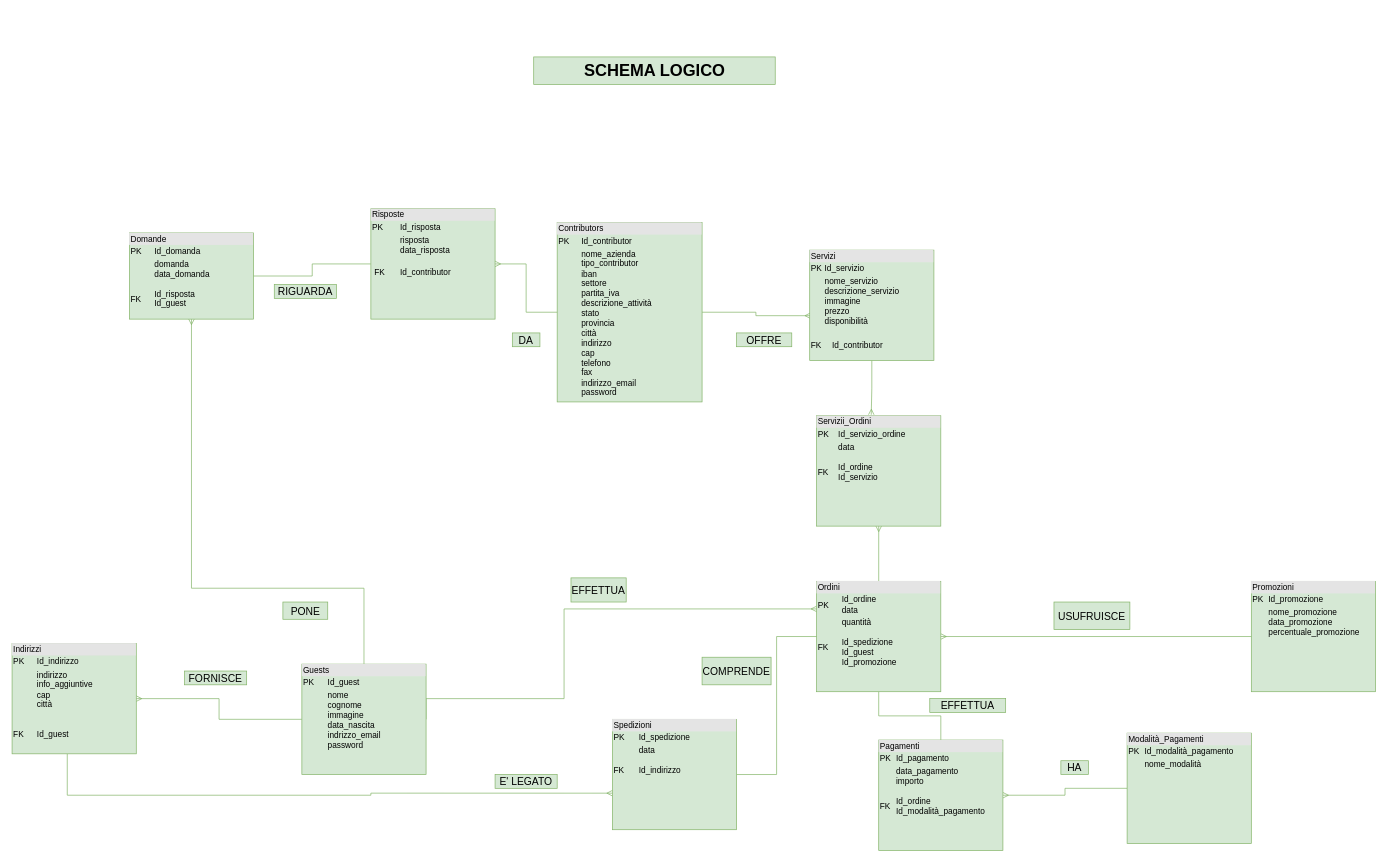
This is schema logico new.drawio from giadaventurini-pixel/giadaventurini-5binf, a draw.io file, before an edit. Source tidied: cells renumbered, new cells numbered last; positions are measured from the earlier drawing's top-left corner, leaving out a move shared by most shapes. Both pictures are drawn from the tidied source at 69%, with x=0, y=0 at pixel (12, 57).
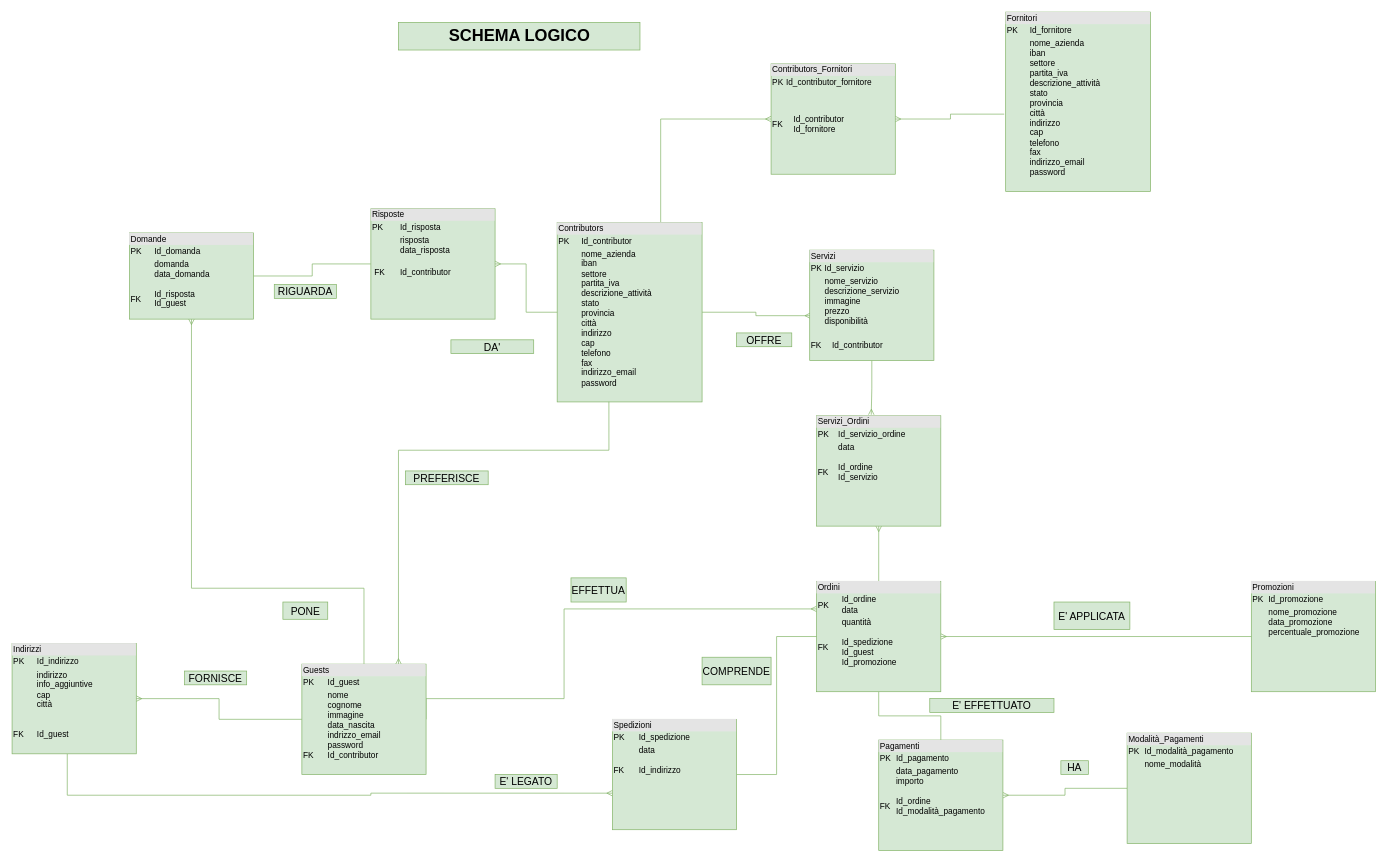
The same diagram, later.

Change to the diagram source:
```diff
@@
+    <mxCell id="39" style="edgeStyle=orthogonalEdgeStyle;rounded=0;jettySize=auto;html=1;entryX=0;entryY=0.5;entryDx=0;entryDy=0;startArrow=none;startFill=0;endArrow=ERmany;endFill=0;fillColor=#d5e8d4;strokeColor=#82b366;" parent="1" edge="1" source="3" target="44">
+      <mxGeometry relative="1" as="geometry">
+        <Array as="points">
+          <mxPoint x="940" y="90" />
+        </Array>
+      </mxGeometry>
+    </mxCell>
-    <mxCell id="3" value="&lt;div style=&quot;box-sizing: border-box ; width: 100% ; background: #e4e4e4 ; padding: 2px&quot;&gt;Contributors&lt;/div&gt;&lt;table style=&quot;width: 100% ; font-size: 1em&quot; cellpadding=&quot;2&quot; cellspacing=&quot;0&quot;&gt;&lt;tbody&gt;&lt;tr&gt;&lt;td&gt;PK&lt;/td&gt;&lt;td&gt;Id_contributor&lt;br&gt;&lt;/td&gt;&lt;/tr&gt;&lt;tr&gt;&lt;td&gt;&lt;br&gt;&lt;br&gt;&lt;br&gt;&lt;br&gt;&lt;br&gt;&lt;br&gt;&lt;br&gt;&lt;br&gt;&lt;br&gt;&lt;br&gt;&lt;br&gt;&lt;/td&gt;&lt;td&gt;nome_azienda&lt;br&gt;tipo_contributor&lt;br&gt;iban&lt;br&gt;settore&lt;br&gt;partita_iva&lt;br&gt;descrizione_attività&lt;br&gt;stato&lt;br&gt;provincia&lt;br&gt;città&lt;br&gt;indirizzo&lt;br&gt;cap&lt;br&gt;telefono&lt;br&gt;fax&lt;br&gt;indirizzo_email&lt;br&gt;password&lt;br&gt;&lt;br&gt;&lt;br&gt;&lt;br&gt;&lt;br&gt;&lt;/td&gt;&lt;/tr&gt;&lt;tr&gt;&lt;td&gt;&amp;nbsp;&lt;/td&gt;&lt;td&gt;&lt;br&gt;&lt;/td&gt;&lt;/tr&gt;&lt;/tbody&gt;&lt;/table&gt;" style="verticalAlign=top;align=left;overflow=fill;html=1;fillColor=#d5e8d4;strokeColor=#82b366;" parent="1" vertex="1">
+    <mxCell id="3" value="&lt;div style=&quot;box-sizing: border-box ; width: 100% ; background: #e4e4e4 ; padding: 2px&quot;&gt;Contributors&lt;/div&gt;&lt;table style=&quot;width: 100% ; font-size: 1em&quot; cellpadding=&quot;2&quot; cellspacing=&quot;0&quot;&gt;&lt;tbody&gt;&lt;tr&gt;&lt;td&gt;PK&lt;/td&gt;&lt;td&gt;Id_contributor&lt;br&gt;&lt;/td&gt;&lt;/tr&gt;&lt;tr&gt;&lt;td&gt;&lt;br&gt;&lt;br&gt;&lt;br&gt;&lt;br&gt;&lt;br&gt;&lt;br&gt;&lt;br&gt;&lt;br&gt;&lt;br&gt;&lt;br&gt;&lt;br&gt;&lt;/td&gt;&lt;td&gt;nome_azienda&lt;br&gt;iban&lt;br&gt;settore&lt;br&gt;partita_iva&lt;br&gt;descrizione_attività&lt;br&gt;stato&lt;br&gt;provincia&lt;br&gt;città&lt;br&gt;indirizzo&lt;br&gt;cap&lt;br&gt;telefono&lt;br&gt;fax&lt;br&gt;indirizzo_email&lt;br&gt;password&lt;br&gt;&lt;br&gt;&lt;br&gt;&lt;br&gt;&lt;br&gt;&lt;/td&gt;&lt;/tr&gt;&lt;tr&gt;&lt;td&gt;&amp;nbsp;&lt;/td&gt;&lt;td&gt;&lt;br&gt;&lt;/td&gt;&lt;/tr&gt;&lt;/tbody&gt;&lt;/table&gt;" style="verticalAlign=top;align=left;overflow=fill;html=1;fillColor=#d5e8d4;strokeColor=#82b366;" parent="1" vertex="1">
       <mxGeometry x="790" y="240" width="210" height="260" as="geometry" />
     </mxCell>
@@
+    <mxCell id="40" style="edgeStyle=orthogonalEdgeStyle;rounded=0;jettySize=auto;html=1;entryX=0.357;entryY=0.999;entryDx=0;entryDy=0;entryPerimeter=0;startArrow=ERmany;startFill=0;endArrow=none;endFill=0;fillColor=#d5e8d4;strokeColor=#82b366;" parent="1" edge="1" source="7" target="3">
+      <mxGeometry relative="1" as="geometry">
+        <Array as="points">
+          <mxPoint x="560" y="570" />
+          <mxPoint x="865" y="570" />
+        </Array>
+      </mxGeometry>
+    </mxCell>
-    <mxCell id="7" value="&lt;div style=&quot;box-sizing: border-box ; width: 100% ; background: #e4e4e4 ; padding: 2px&quot;&gt;Guests&lt;/div&gt;&lt;table style=&quot;width: 100% ; font-size: 1em&quot; cellpadding=&quot;2&quot; cellspacing=&quot;0&quot;&gt;&lt;tbody&gt;&lt;tr&gt;&lt;td&gt;PK&lt;/td&gt;&lt;td&gt;Id_guest&lt;br&gt;&lt;/td&gt;&lt;/tr&gt;&lt;tr&gt;&lt;td&gt;&lt;br&gt;&lt;br&gt;&lt;br&gt;&lt;br&gt;&lt;/td&gt;&lt;td&gt;nome&lt;br&gt;cognome&lt;br&gt;immagine&lt;br&gt;data_nascita&lt;br&gt;indrizzo_email&lt;br&gt;password&lt;br&gt;&lt;br&gt;&lt;br&gt;&lt;br&gt;&lt;br&gt;&lt;/td&gt;&lt;/tr&gt;&lt;tr&gt;&lt;td&gt;&amp;nbsp;&lt;/td&gt;&lt;td&gt;&lt;br&gt;&lt;/td&gt;&lt;/tr&gt;&lt;/tbody&gt;&lt;/table&gt;" style="verticalAlign=top;align=left;overflow=fill;html=1;fillColor=#d5e8d4;strokeColor=#82b366;" parent="1" vertex="1">
+    <mxCell id="7" value="&lt;div style=&quot;box-sizing: border-box ; width: 100% ; background: #e4e4e4 ; padding: 2px&quot;&gt;Guests&lt;/div&gt;&lt;table style=&quot;width: 100% ; font-size: 1em&quot; cellpadding=&quot;2&quot; cellspacing=&quot;0&quot;&gt;&lt;tbody&gt;&lt;tr&gt;&lt;td&gt;PK&lt;/td&gt;&lt;td&gt;Id_guest&lt;br&gt;&lt;/td&gt;&lt;/tr&gt;&lt;tr&gt;&lt;td&gt;&lt;br&gt;&lt;br&gt;&lt;br&gt;FK&lt;/td&gt;&lt;td&gt;nome&lt;br&gt;cognome&lt;br&gt;immagine&lt;br&gt;data_nascita&lt;br&gt;indrizzo_email&lt;br&gt;password&lt;br&gt;Id_contributor&lt;br&gt;&lt;br&gt;&lt;br&gt;&lt;br&gt;&lt;/td&gt;&lt;/tr&gt;&lt;tr&gt;&lt;td&gt;&amp;nbsp;&lt;/td&gt;&lt;td&gt;&lt;br&gt;&lt;/td&gt;&lt;/tr&gt;&lt;/tbody&gt;&lt;/table&gt;" style="verticalAlign=top;align=left;overflow=fill;html=1;fillColor=#d5e8d4;strokeColor=#82b366;" parent="1" vertex="1">
       <mxGeometry x="420" y="880" width="180" height="160" as="geometry" />
     </mxCell>
@@
     <mxCell id="26" value="SCHEMA LOGICO" style="text;html=1;fontSize=24;fontStyle=1;verticalAlign=middle;align=center;rounded=0;sketch=0;fillColor=#d5e8d4;strokeColor=#82b366;" parent="1" vertex="1">
-      <mxGeometry x="756" width="350" height="40" as="geometry" />
+      <mxGeometry x="560" y="-50" width="350" height="40" as="geometry" />
     </mxCell>
-    <mxCell id="27" value="&lt;div style=&quot;box-sizing: border-box ; width: 100% ; background: #e4e4e4 ; padding: 2px&quot;&gt;Servizii_Ordini&lt;/div&gt;&lt;table style=&quot;width: 100% ; font-size: 1em&quot; cellpadding=&quot;2&quot; cellspacing=&quot;0&quot;&gt;&lt;tbody&gt;&lt;tr&gt;&lt;td&gt;PK&lt;/td&gt;&lt;td&gt;Id_servizio_ordine&lt;br&gt;&lt;/td&gt;&lt;/tr&gt;&lt;tr&gt;&lt;td&gt;&lt;br&gt;FK&lt;/td&gt;&lt;td&gt;data&lt;br&gt;&lt;br&gt;Id_ordine&lt;br&gt;Id_servizio&lt;br&gt;&lt;br&gt;&lt;/td&gt;&lt;/tr&gt;&lt;tr&gt;&lt;td&gt;&amp;nbsp;&lt;/td&gt;&lt;td&gt;&lt;br&gt;&lt;/td&gt;&lt;/tr&gt;&lt;/tbody&gt;&lt;/table&gt;" style="verticalAlign=top;align=left;overflow=fill;html=1;fillColor=#d5e8d4;strokeColor=#82b366;" parent="1" vertex="1">
+    <mxCell id="27" value="&lt;div style=&quot;box-sizing: border-box ; width: 100% ; background: #e4e4e4 ; padding: 2px&quot;&gt;Servizi_Ordini&lt;/div&gt;&lt;table style=&quot;width: 100% ; font-size: 1em&quot; cellpadding=&quot;2&quot; cellspacing=&quot;0&quot;&gt;&lt;tbody&gt;&lt;tr&gt;&lt;td&gt;PK&lt;/td&gt;&lt;td&gt;Id_servizio_ordine&lt;br&gt;&lt;/td&gt;&lt;/tr&gt;&lt;tr&gt;&lt;td&gt;&lt;br&gt;FK&lt;/td&gt;&lt;td&gt;data&lt;br&gt;&lt;br&gt;Id_ordine&lt;br&gt;Id_servizio&lt;br&gt;&lt;br&gt;&lt;/td&gt;&lt;/tr&gt;&lt;tr&gt;&lt;td&gt;&amp;nbsp;&lt;/td&gt;&lt;td&gt;&lt;br&gt;&lt;/td&gt;&lt;/tr&gt;&lt;/tbody&gt;&lt;/table&gt;" style="verticalAlign=top;align=left;overflow=fill;html=1;fillColor=#d5e8d4;strokeColor=#82b366;" parent="1" vertex="1">
       <mxGeometry x="1166" y="520" width="180" height="160" as="geometry" />
     </mxCell>
@@
-    <mxCell id="33" value="&lt;span style=&quot;font-size: 15px&quot;&gt;DA&lt;/span&gt;" style="text;html=1;align=center;verticalAlign=middle;whiteSpace=wrap;rounded=0;fillColor=#d5e8d4;strokeColor=#82b366;" parent="1" vertex="1">
-      <mxGeometry x="725" y="400" width="40" height="20" as="geometry" />
-    </mxCell>
@@
-    <mxCell id="36" value="&lt;span style=&quot;font-size: 15px&quot;&gt;EFFETTUA&lt;/span&gt;" style="text;html=1;align=center;verticalAlign=middle;whiteSpace=wrap;rounded=0;fillColor=#d5e8d4;strokeColor=#82b366;" parent="1" vertex="1">
-      <mxGeometry x="1330" y="930" width="110" height="20" as="geometry" />
+    <mxCell id="36" value="&lt;span style=&quot;font-size: 15px&quot;&gt;E' EFFETTUATO&lt;/span&gt;" style="text;html=1;align=center;verticalAlign=middle;whiteSpace=wrap;rounded=0;fillColor=#d5e8d4;strokeColor=#82b366;" parent="1" vertex="1">
+      <mxGeometry x="1330" y="930" width="180" height="20" as="geometry" />
     </mxCell>
-    <mxCell id="37" value="&lt;span style=&quot;font-size: 15px&quot;&gt;USUFRUISCE&lt;br&gt;&lt;/span&gt;" style="text;html=1;align=center;verticalAlign=middle;whiteSpace=wrap;rounded=0;fillColor=#d5e8d4;strokeColor=#82b366;" parent="1" vertex="1">
+    <mxCell id="37" value="&lt;span style=&quot;font-size: 15px&quot;&gt;E' APPLICATA&lt;br&gt;&lt;/span&gt;" style="text;html=1;align=center;verticalAlign=middle;whiteSpace=wrap;rounded=0;fillColor=#d5e8d4;strokeColor=#82b366;" parent="1" vertex="1">
       <mxGeometry x="1510" y="790" width="110" height="40" as="geometry" />
     </mxCell>
@@
+    <mxCell id="41" value="&lt;span style=&quot;font-size: 15px&quot;&gt;DA'&lt;/span&gt;" style="text;html=1;align=center;verticalAlign=middle;whiteSpace=wrap;rounded=0;fillColor=#d5e8d4;strokeColor=#82b366;" parent="1" vertex="1">
+      <mxGeometry x="636" y="410" width="120" height="20" as="geometry" />
+    </mxCell>
+    <mxCell id="42" value="&lt;div style=&quot;box-sizing: border-box ; width: 100% ; background: #e4e4e4 ; padding: 2px&quot;&gt;Fornitori&lt;/div&gt;&lt;table style=&quot;width: 100% ; font-size: 1em&quot; cellpadding=&quot;2&quot; cellspacing=&quot;0&quot;&gt;&lt;tbody&gt;&lt;tr&gt;&lt;td&gt;PK&lt;/td&gt;&lt;td&gt;Id_fornitore&lt;br&gt;&lt;/td&gt;&lt;/tr&gt;&lt;tr&gt;&lt;td&gt;&lt;br&gt;&lt;br&gt;&lt;br&gt;&lt;br&gt;&lt;br&gt;&lt;br&gt;&lt;br&gt;&lt;br&gt;&lt;br&gt;&lt;br&gt;&lt;br&gt;&lt;/td&gt;&lt;td&gt;nome_azienda&lt;br&gt;iban&lt;br&gt;settore&lt;br&gt;partita_iva&lt;br&gt;descrizione_attività&lt;br&gt;stato&lt;br&gt;provincia&lt;br&gt;città&lt;br&gt;indirizzo&lt;br&gt;cap&lt;br&gt;telefono&lt;br&gt;fax&lt;br&gt;indirizzo_email&lt;br&gt;password&lt;br&gt;&lt;br&gt;&lt;br&gt;&lt;br&gt;&lt;br&gt;&lt;/td&gt;&lt;/tr&gt;&lt;tr&gt;&lt;td&gt;&amp;nbsp;&lt;/td&gt;&lt;td&gt;&lt;br&gt;&lt;/td&gt;&lt;/tr&gt;&lt;/tbody&gt;&lt;/table&gt;" style="verticalAlign=top;align=left;overflow=fill;html=1;fillColor=#d5e8d4;strokeColor=#82b366;" parent="1" vertex="1">
+      <mxGeometry x="1440" y="-65" width="210" height="260" as="geometry" />
+    </mxCell>
+    <mxCell id="43" style="edgeStyle=orthogonalEdgeStyle;rounded=0;jettySize=auto;html=1;entryX=-0.01;entryY=0.569;entryDx=0;entryDy=0;entryPerimeter=0;startArrow=ERmany;startFill=0;endArrow=none;endFill=0;fillColor=#d5e8d4;strokeColor=#82b366;" parent="1" edge="1" source="44" target="42">
+      <mxGeometry relative="1" as="geometry" />
+    </mxCell>
+    <mxCell id="44" value="&lt;div style=&quot;box-sizing: border-box ; width: 100% ; background: #e4e4e4 ; padding: 2px&quot;&gt;Contributors_Fornitori&lt;/div&gt;&lt;table style=&quot;width: 100% ; font-size: 1em&quot; cellpadding=&quot;2&quot; cellspacing=&quot;0&quot;&gt;&lt;tbody&gt;&lt;tr&gt;&lt;td&gt;PK&lt;/td&gt;&lt;td&gt;Id_contributor_fornitore&lt;/td&gt;&lt;/tr&gt;&lt;tr&gt;&lt;td&gt;&lt;/td&gt;&lt;td&gt;&lt;br&gt;&lt;br&gt;&lt;/td&gt;&lt;/tr&gt;&lt;tr&gt;&lt;td&gt;FK&lt;br&gt;&lt;br&gt;&lt;/td&gt;&lt;td&gt;&lt;table cellpadding=&quot;2&quot; cellspacing=&quot;0&quot; style=&quot;font-size: 1em ; width: 180px&quot;&gt;&lt;tbody&gt;&lt;tr&gt;&lt;td&gt;&lt;/td&gt;&lt;td&gt;Id_contributor&lt;br&gt;Id_fornitore&lt;/td&gt;&lt;/tr&gt;&lt;/tbody&gt;&lt;/table&gt;&lt;br&gt;&lt;/td&gt;&lt;/tr&gt;&lt;/tbody&gt;&lt;/table&gt;" style="verticalAlign=top;align=left;overflow=fill;html=1;fillColor=#d5e8d4;strokeColor=#82b366;" parent="1" vertex="1">
+      <mxGeometry x="1100" y="10" width="180" height="160" as="geometry" />
+    </mxCell>
+    <mxCell id="45" value="&lt;span style=&quot;font-size: 15px&quot;&gt;PREFERISCE&lt;/span&gt;" style="text;html=1;align=center;verticalAlign=middle;whiteSpace=wrap;rounded=0;fillColor=#d5e8d4;strokeColor=#82b366;" parent="1" vertex="1">
+      <mxGeometry x="570" y="600" width="120" height="20" as="geometry" />
+    </mxCell>
```
